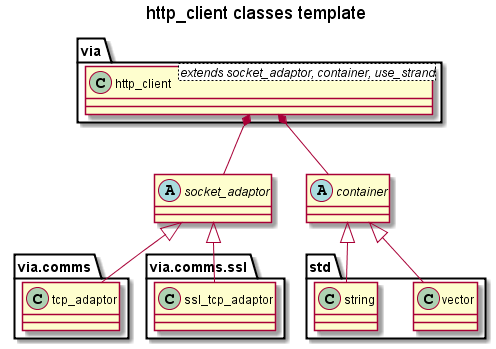
The PlantUML diagram docs/images/http_client_template_class_diagram.png in kenba/via-httplib, before a commit.
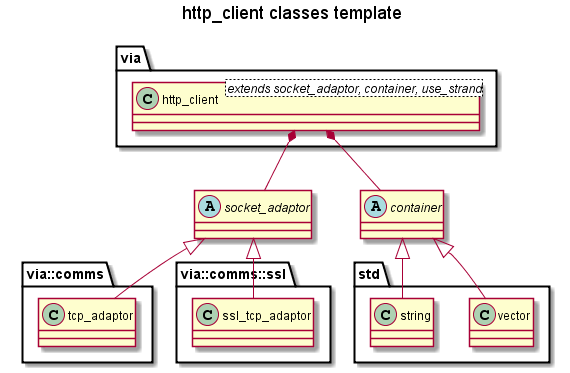
Later version of the same file.

The edit, as a diff of the source:
```diff
@@ -3,16 +3,18 @@
 
 title http_client classes template
 
-class via.http_client<extends socket_adaptor, container, use_strand>
-via.http_client *-- socket_adaptor
-via.http_client *-- container
+set namespaceSeparator ::
+
+class via::http_client<extends socket_adaptor, container, use_strand>
+via::http_client *-- socket_adaptor
+via::http_client *-- container
 
 abstract class socket_adaptor
-socket_adaptor <|-- via.comms.tcp_adaptor
-socket_adaptor <|-- via.comms.ssl.ssl_tcp_adaptor
+socket_adaptor <|-- via::comms::tcp_adaptor
+socket_adaptor <|-- via::comms::ssl::ssl_tcp_adaptor
 
 abstract class container
-container <|-- std.vector
-container <|-- std.string
+container <|-- std::vector
+container <|-- std::string
 
 @enduml
```
